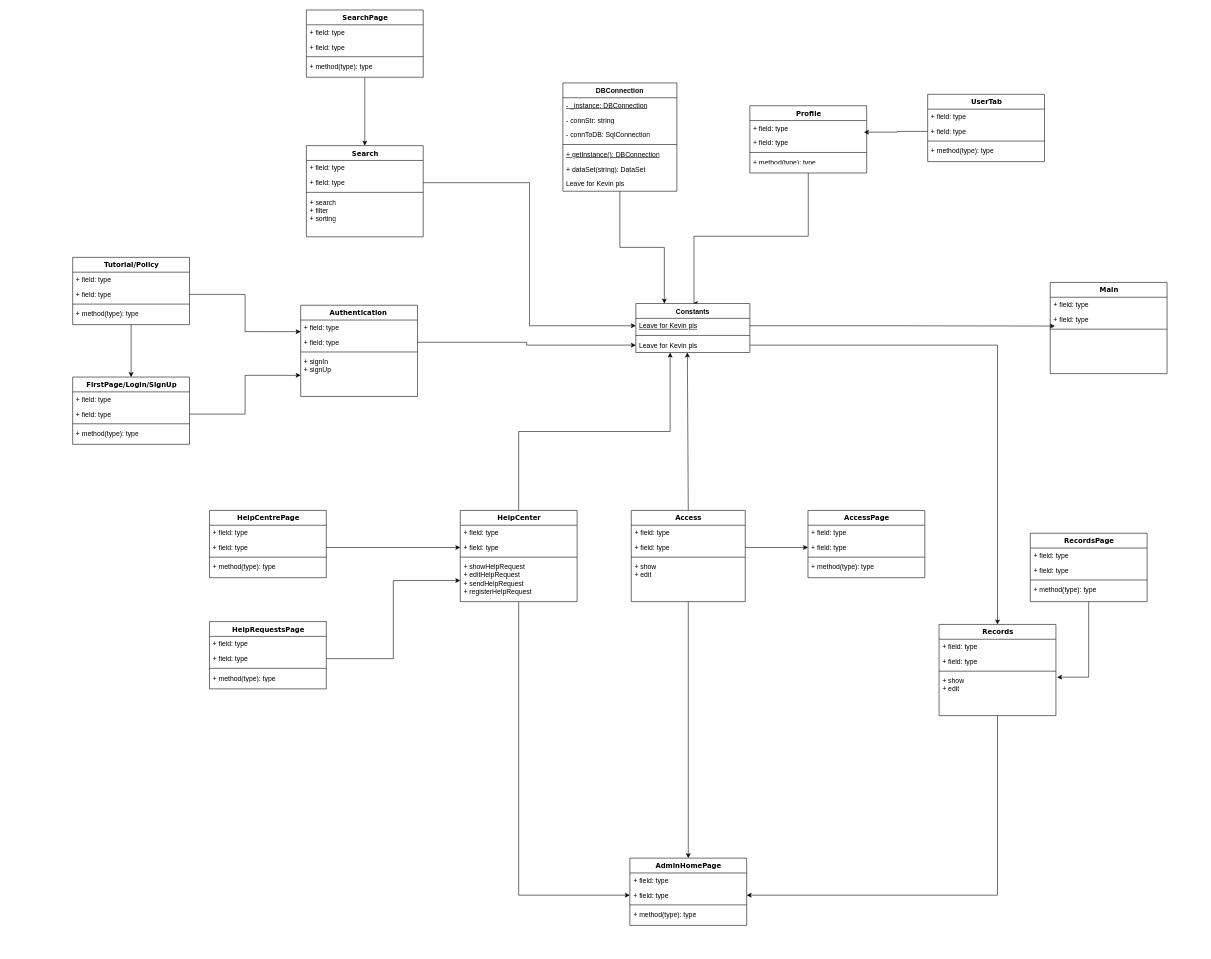
Above: Class diagram.drawio in CocaDoU/Team5 (draw.io), before the change. Source tidied: cells renumbered, new cells numbered last; positions are measured from the earlier drawing's top-left corner, leaving out a move shared by most shapes. Both pictures are drawn from the tidied source at 57%, with x=0, y=0 at pixel (72, 10).
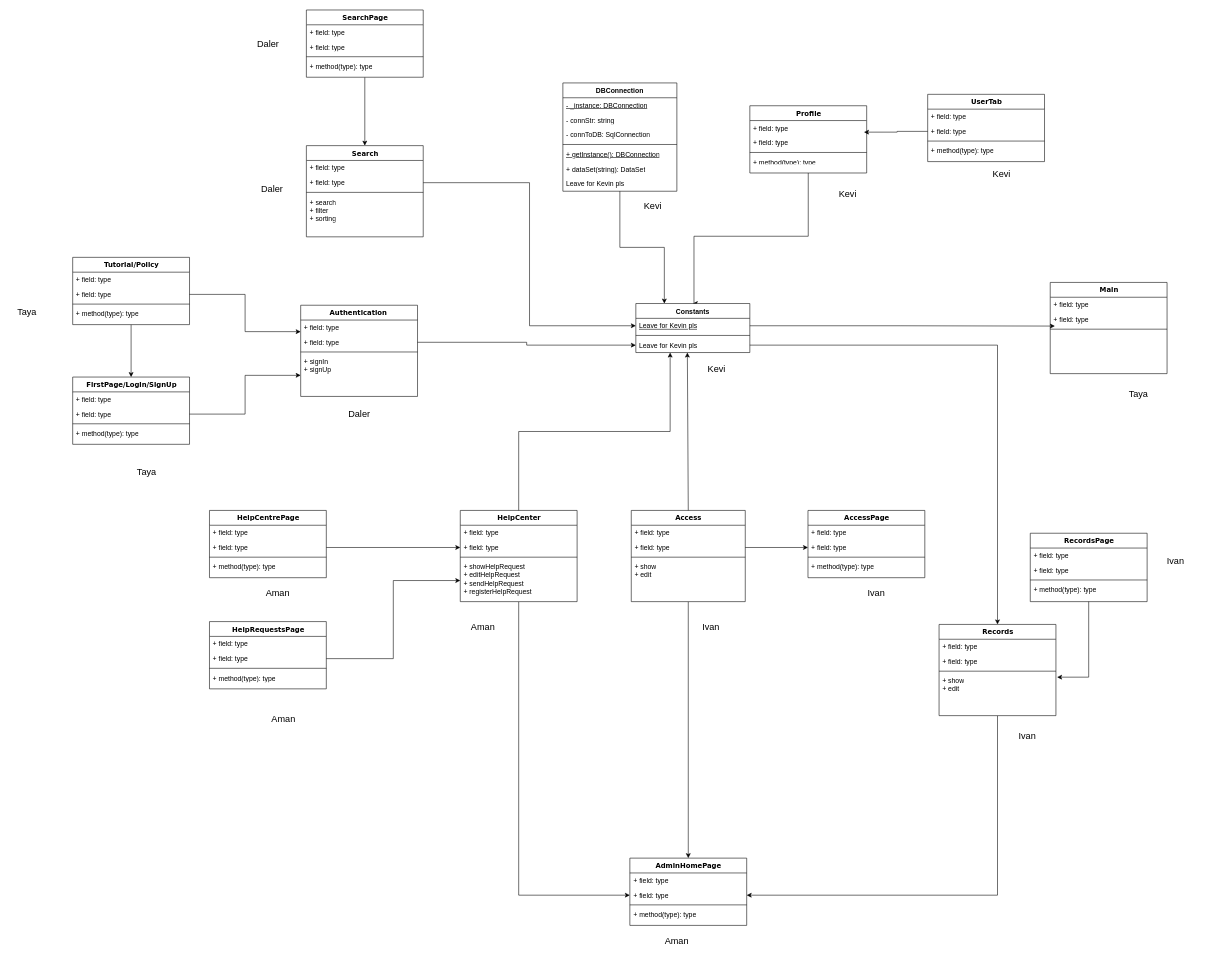
Above is the later version.

Diff of the diagram source:
```diff
@@
+    <mxCell id="113" value="Aman" style="text;html=1;strokeColor=none;fillColor=none;align=center;verticalAlign=middle;whiteSpace=wrap;rounded=0;fontSize=16;" parent="1" vertex="1">
+      <mxGeometry x="690" y="1068" width="60" height="30" as="geometry" />
+    </mxCell>
+    <mxCell id="114" value="Aman" style="text;html=1;strokeColor=none;fillColor=none;align=center;verticalAlign=middle;whiteSpace=wrap;rounded=0;fontSize=16;" parent="1" vertex="1">
+      <mxGeometry x="330" y="1008" width="60" height="30" as="geometry" />
+    </mxCell>
+    <mxCell id="115" value="Aman" style="text;html=1;strokeColor=none;fillColor=none;align=center;verticalAlign=middle;whiteSpace=wrap;rounded=0;fontSize=16;" parent="1" vertex="1">
+      <mxGeometry x="340" y="1228" width="60" height="30" as="geometry" />
+    </mxCell>
+    <mxCell id="116" value="Taya" style="text;html=1;strokeColor=none;fillColor=none;align=center;verticalAlign=middle;whiteSpace=wrap;rounded=0;fontSize=16;" parent="1" vertex="1">
+      <mxGeometry x="80" y="788" width="100" height="46" as="geometry" />
+    </mxCell>
+    <mxCell id="117" value="Taya" style="text;html=1;strokeColor=none;fillColor=none;align=center;verticalAlign=middle;whiteSpace=wrap;rounded=0;fontSize=16;" parent="1" vertex="1">
+      <mxGeometry x="-110" y="515" width="60" height="30" as="geometry" />
+    </mxCell>
+    <mxCell id="118" value="Kevi" style="text;html=1;strokeColor=none;fillColor=none;align=center;verticalAlign=middle;whiteSpace=wrap;rounded=0;fontSize=16;" parent="1" vertex="1">
+      <mxGeometry x="988" y="328" width="60" height="30" as="geometry" />
+    </mxCell>
+    <mxCell id="119" value="Kevi" style="text;html=1;strokeColor=none;fillColor=none;align=center;verticalAlign=middle;whiteSpace=wrap;rounded=0;fontSize=16;" parent="1" vertex="1">
+      <mxGeometry x="1100" y="614" width="60" height="30" as="geometry" />
+    </mxCell>
+    <mxCell id="120" value="Kevi" style="text;html=1;strokeColor=none;fillColor=none;align=center;verticalAlign=middle;whiteSpace=wrap;rounded=0;fontSize=16;" parent="1" vertex="1">
+      <mxGeometry x="1330" y="308" width="60" height="30" as="geometry" />
+    </mxCell>
+    <mxCell id="121" value="Kevi" style="text;html=1;strokeColor=none;fillColor=none;align=center;verticalAlign=middle;whiteSpace=wrap;rounded=0;fontSize=16;" parent="1" vertex="1">
+      <mxGeometry x="1600" y="268" width="60" height="40" as="geometry" />
+    </mxCell>
+    <mxCell id="122" value="Aman" style="text;html=1;strokeColor=none;fillColor=none;align=center;verticalAlign=middle;whiteSpace=wrap;rounded=0;fontSize=16;" parent="1" vertex="1">
+      <mxGeometry x="1030" y="1618" width="60" height="30" as="geometry" />
+    </mxCell>
+    <mxCell id="123" value="Daler" style="text;html=1;strokeColor=none;fillColor=none;align=center;verticalAlign=middle;whiteSpace=wrap;rounded=0;fontSize=16;" parent="1" vertex="1">
+      <mxGeometry x="472.5" y="688" width="60" height="40" as="geometry" />
+    </mxCell>
+    <mxCell id="124" value="Daler" style="text;html=1;strokeColor=none;fillColor=none;align=center;verticalAlign=middle;whiteSpace=wrap;rounded=0;fontSize=16;" parent="1" vertex="1">
+      <mxGeometry x="320" y="298" width="60" height="30" as="geometry" />
+    </mxCell>
+    <mxCell id="125" value="Daler" style="text;html=1;strokeColor=none;fillColor=none;align=center;verticalAlign=middle;whiteSpace=wrap;rounded=0;fontSize=16;" parent="1" vertex="1">
+      <mxGeometry x="312.5" y="39" width="60" height="40" as="geometry" />
+    </mxCell>
+    <mxCell id="126" value="Ivan" style="text;html=1;strokeColor=none;fillColor=none;align=center;verticalAlign=middle;whiteSpace=wrap;rounded=0;fontSize=16;" parent="1" vertex="1">
+      <mxGeometry x="1090" y="1068" width="60" height="30" as="geometry" />
+    </mxCell>
+    <mxCell id="127" value="Ivan" style="text;html=1;strokeColor=none;fillColor=none;align=center;verticalAlign=middle;whiteSpace=wrap;rounded=0;fontSize=16;" parent="1" vertex="1">
+      <mxGeometry x="1380" y="1008" width="60" height="30" as="geometry" />
+    </mxCell>
+    <mxCell id="128" value="Ivan" style="text;html=1;strokeColor=none;fillColor=none;align=center;verticalAlign=middle;whiteSpace=wrap;rounded=0;fontSize=16;" parent="1" vertex="1">
+      <mxGeometry x="1645" y="1258" width="60" height="30" as="geometry" />
+    </mxCell>
+    <mxCell id="129" value="Ivan" style="text;html=1;strokeColor=none;fillColor=none;align=center;verticalAlign=middle;whiteSpace=wrap;rounded=0;fontSize=16;" parent="1" vertex="1">
+      <mxGeometry x="1890" y="946" width="90" height="42" as="geometry" />
+    </mxCell>
+    <mxCell id="130" value="Taya" style="text;html=1;strokeColor=none;fillColor=none;align=center;verticalAlign=middle;whiteSpace=wrap;rounded=0;fontSize=16;" parent="1" vertex="1">
+      <mxGeometry x="1840" y="658" width="60" height="30" as="geometry" />
+    </mxCell>
```
